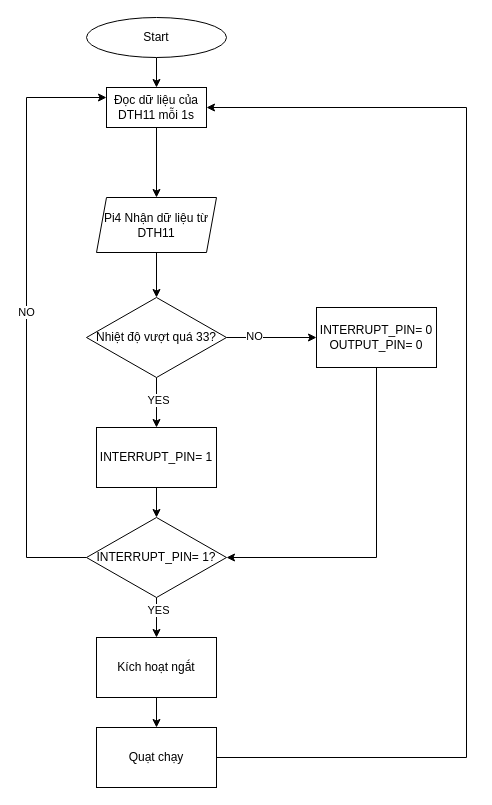
The draw.io diagram Biểu đồ không có tiêu đề.drawio in ngxziet/Interrupt-Handler, before the edit. Source tidied: cells renumbered, new cells numbered last; positions are measured from the earlier drawing's top-left corner, leaving out a move shared by most shapes. Both pictures are drawn from the tidied source at 100%, with x=0, y=0 at pixel (26, 17).
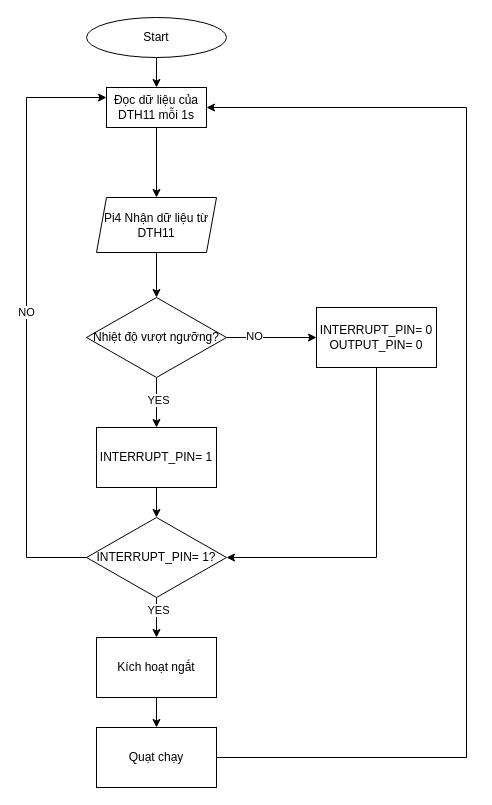
The same diagram, later.

Change to the diagram source:
```diff
@@
-    <mxCell id="10" value="Nhiệt độ vượt quá 33?" style="rhombus;whiteSpace=wrap;html=1;" parent="1" vertex="1">
+    <mxCell id="10" value="Nhiệt độ vượt ngưỡng?" style="rhombus;whiteSpace=wrap;html=1;" parent="1" vertex="1">
       <mxGeometry x="60" y="280" width="140" height="80" as="geometry" />
     </mxCell>
```
